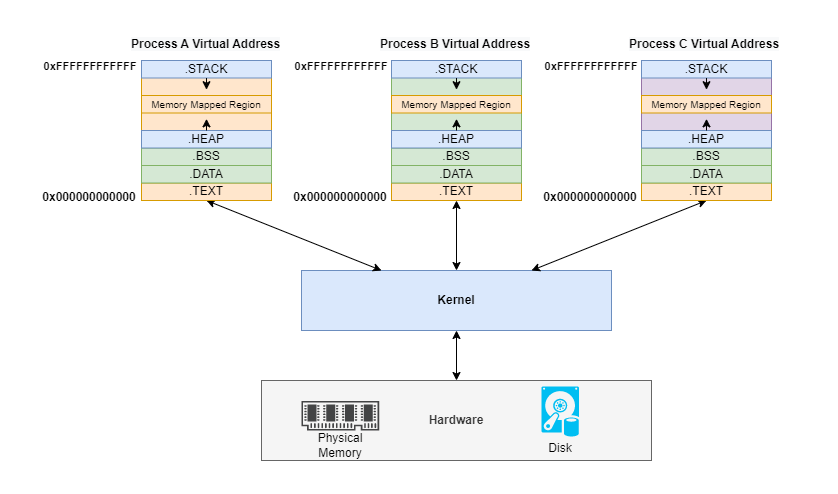
Earlier version of the draw.io export source/images/virtual-memory-technique.png (baoqger/chrisbao). Source tidied: cells renumbered, new cells last; positions are measured from the earlier drawing's top-left corner, leaving out a move shared by most shapes.
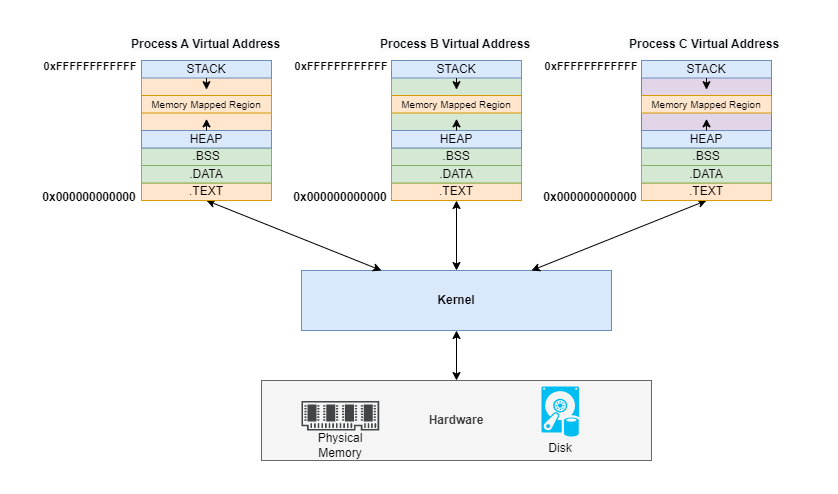
The same diagram one commit later.

The edit, as a diff of the source:
```diff
@@ -59,107 +59,98 @@
     <mxCell id="20" style="endArrow=classic;startArrow=classic;html=1;rounded=0;fontSize=11;exitX=0.5;exitY=0;exitDx=0;exitDy=0;entryX=0.5;entryY=1;entryDx=0;entryDy=0;" parent="1" edge="1" source="6" target="5">
       <mxGeometry relative="1" as="geometry" />
     </mxCell>
-    <mxCell id="21" style="group;" parent="1" vertex="1">
-      <mxGeometry x="111" y="30" width="130" height="140" as="geometry" />
+    <mxCell id="21" value="&lt;span style=&quot;color: rgb(0, 0, 0); font-family: Helvetica; font-size: 12px; font-style: normal; font-variant-ligatures: normal; font-variant-caps: normal; font-weight: 700; letter-spacing: normal; orphans: 2; text-align: center; text-indent: 0px; text-transform: none; widows: 2; word-spacing: 0px; -webkit-text-stroke-width: 0px; background-color: rgb(248, 249, 250); text-decoration-thickness: initial; text-decoration-style: initial; text-decoration-color: initial; float: none; display: inline !important;&quot;&gt;Process A Virtual Address&lt;/span&gt;" style="text;whiteSpace=wrap;html=1;fontSize=10;fontFamily=Helvetica;fontColor=default;" parent="1" vertex="1">
+      <mxGeometry x="99" width="180" height="40" as="geometry" />
     </mxCell>
-    <mxCell id="22" value=".TEXT" style="rounded=0;whiteSpace=wrap;html=1;fillColor=#ffe6cc;strokeColor=#d79b00;" parent="21" vertex="1">
-      <mxGeometry y="122.5" width="130" height="17.5" as="geometry" />
+    <mxCell id="22" value="&lt;span style=&quot;color: rgb(0, 0, 0); font-family: Helvetica; font-size: 12px; font-style: normal; font-variant-ligatures: normal; font-variant-caps: normal; font-weight: 700; letter-spacing: normal; orphans: 2; text-align: center; text-indent: 0px; text-transform: none; widows: 2; word-spacing: 0px; -webkit-text-stroke-width: 0px; background-color: rgb(248, 249, 250); text-decoration-thickness: initial; text-decoration-style: initial; text-decoration-color: initial; float: none; display: inline !important;&quot;&gt;Process B Virtual Address&lt;/span&gt;" style="text;whiteSpace=wrap;html=1;fontSize=10;fontFamily=Helvetica;fontColor=default;" parent="1" vertex="1">
+      <mxGeometry x="348" width="180" height="40" as="geometry" />
     </mxCell>
-    <mxCell id="23" value=".DATA" style="rounded=0;whiteSpace=wrap;html=1;fillColor=#d5e8d4;strokeColor=#82b366;" parent="21" vertex="1">
-      <mxGeometry y="105" width="130" height="17.5" as="geometry" />
+    <mxCell id="23" value="&lt;span style=&quot;color: rgb(0, 0, 0); font-family: Helvetica; font-size: 12px; font-style: normal; font-variant-ligatures: normal; font-variant-caps: normal; font-weight: 700; letter-spacing: normal; orphans: 2; text-align: center; text-indent: 0px; text-transform: none; widows: 2; word-spacing: 0px; -webkit-text-stroke-width: 0px; background-color: rgb(248, 249, 250); text-decoration-thickness: initial; text-decoration-style: initial; text-decoration-color: initial; float: none; display: inline !important;&quot;&gt;Process C Virtual Address&lt;/span&gt;" style="text;whiteSpace=wrap;html=1;fontSize=10;fontFamily=Helvetica;fontColor=default;" parent="1" vertex="1">
+      <mxGeometry x="597" width="180" height="40" as="geometry" />
     </mxCell>
-    <mxCell id="24" value=".BSS" style="rounded=0;whiteSpace=wrap;html=1;fillColor=#d5e8d4;strokeColor=#82b366;" parent="21" vertex="1">
-      <mxGeometry y="87.5" width="130" height="17.5" as="geometry" />
+    <mxCell id="24" value=".TEXT" style="rounded=0;whiteSpace=wrap;html=1;fillColor=#ffe6cc;strokeColor=#d79b00;" parent="1" vertex="1">
+      <mxGeometry x="111" y="152.5" width="130" height="17.5" as="geometry" />
     </mxCell>
-    <mxCell id="25" value=".HEAP" style="rounded=0;whiteSpace=wrap;html=1;fillColor=#dae8fc;strokeColor=#6c8ebf;" parent="21" vertex="1">
-      <mxGeometry y="70" width="130" height="17.5" as="geometry" />
+    <mxCell id="25" value=".DATA" style="rounded=0;whiteSpace=wrap;html=1;fillColor=#d5e8d4;strokeColor=#82b366;" parent="1" vertex="1">
+      <mxGeometry x="111" y="135" width="130" height="17.5" as="geometry" />
     </mxCell>
-    <mxCell id="26" value=".STACK" style="rounded=0;whiteSpace=wrap;html=1;fillColor=#dae8fc;strokeColor=#6c8ebf;" parent="21" vertex="1">
-      <mxGeometry width="130" height="17.5" as="geometry" />
+    <mxCell id="26" value=".BSS" style="rounded=0;whiteSpace=wrap;html=1;fillColor=#d5e8d4;strokeColor=#82b366;" parent="1" vertex="1">
+      <mxGeometry x="111" y="117.5" width="130" height="17.5" as="geometry" />
     </mxCell>
-    <mxCell id="27" value="Memory Mapped Region" style="rounded=0;whiteSpace=wrap;html=1;fillColor=#ffe6cc;strokeColor=#d79b00;fontSize=10;" parent="21" vertex="1">
-      <mxGeometry y="35" width="130" height="17.5" as="geometry" />
+    <mxCell id="27" value="HEAP" style="rounded=0;whiteSpace=wrap;html=1;fillColor=#dae8fc;strokeColor=#6c8ebf;" parent="1" vertex="1">
+      <mxGeometry x="111" y="100" width="130" height="17.5" as="geometry" />
     </mxCell>
-    <mxCell id="28" style="endArrow=classic;html=1;rounded=0;fontFamily=Helvetica;fontSize=12;fontColor=default;exitX=0.5;exitY=0;exitDx=0;exitDy=0;" parent="21" edge="1" source="25">
-      <mxGeometry relative="1" as="geometry">
-        <mxPoint x="65" y="58.3" as="targetPoint" />
-      </mxGeometry>
+    <mxCell id="28" value="STACK" style="rounded=0;whiteSpace=wrap;html=1;fillColor=#dae8fc;strokeColor=#6c8ebf;" parent="1" vertex="1">
+      <mxGeometry x="111" y="30" width="130" height="17.5" as="geometry" />
     </mxCell>
-    <mxCell id="29" style="endArrow=classic;html=1;rounded=0;fontFamily=Helvetica;fontSize=12;fontColor=default;exitX=0.5;exitY=1;exitDx=0;exitDy=0;entryX=0.5;entryY=0.345;entryDx=0;entryDy=0;entryPerimeter=0;" parent="21" edge="1" source="26">
-      <mxGeometry relative="1" as="geometry">
-        <mxPoint x="65" y="29.2" as="targetPoint" />
-      </mxGeometry>
+    <mxCell id="29" value="Memory Mapped Region" style="rounded=0;whiteSpace=wrap;html=1;fillColor=#ffe6cc;strokeColor=#d79b00;fontSize=10;" parent="1" vertex="1">
+      <mxGeometry x="111" y="65" width="130" height="17.5" as="geometry" />
     </mxCell>
-    <mxCell id="30" value="&lt;span style=&quot;color: rgb(0, 0, 0); font-family: Helvetica; font-size: 12px; font-style: normal; font-variant-ligatures: normal; font-variant-caps: normal; font-weight: 700; letter-spacing: normal; orphans: 2; text-align: center; text-indent: 0px; text-transform: none; widows: 2; word-spacing: 0px; -webkit-text-stroke-width: 0px; background-color: rgb(248, 249, 250); text-decoration-thickness: initial; text-decoration-style: initial; text-decoration-color: initial; float: none; display: inline !important;&quot;&gt;Process A Virtual Address&lt;/span&gt;" style="text;whiteSpace=wrap;html=1;fontSize=10;fontFamily=Helvetica;fontColor=default;" parent="1" vertex="1">
-      <mxGeometry x="99" width="180" height="40" as="geometry" />
+    <mxCell id="30" style="endArrow=classic;html=1;rounded=0;fontFamily=Helvetica;fontSize=12;fontColor=default;exitX=0.5;exitY=0;exitDx=0;exitDy=0;" parent="1" edge="1" source="27">
+      <mxGeometry relative="1" as="geometry">
+        <mxPoint x="176" y="88.3" as="targetPoint" />
+      </mxGeometry>
     </mxCell>
-    <mxCell id="31" value="&lt;span style=&quot;color: rgb(0, 0, 0); font-family: Helvetica; font-size: 12px; font-style: normal; font-variant-ligatures: normal; font-variant-caps: normal; font-weight: 700; letter-spacing: normal; orphans: 2; text-align: center; text-indent: 0px; text-transform: none; widows: 2; word-spacing: 0px; -webkit-text-stroke-width: 0px; background-color: rgb(248, 249, 250); text-decoration-thickness: initial; text-decoration-style: initial; text-decoration-color: initial; float: none; display: inline !important;&quot;&gt;Process B Virtual Address&lt;/span&gt;" style="text;whiteSpace=wrap;html=1;fontSize=10;fontFamily=Helvetica;fontColor=default;" parent="1" vertex="1">
-      <mxGeometry x="348" width="180" height="40" as="geometry" />
+    <mxCell id="31" style="endArrow=classic;html=1;rounded=0;fontFamily=Helvetica;fontSize=12;fontColor=default;exitX=0.5;exitY=1;exitDx=0;exitDy=0;entryX=0.5;entryY=0.345;entryDx=0;entryDy=0;entryPerimeter=0;" parent="1" edge="1" source="28">
+      <mxGeometry relative="1" as="geometry">
+        <mxPoint x="176" y="59.2" as="targetPoint" />
+      </mxGeometry>
     </mxCell>
-    <mxCell id="32" value="&lt;span style=&quot;color: rgb(0, 0, 0); font-family: Helvetica; font-size: 12px; font-style: normal; font-variant-ligatures: normal; font-variant-caps: normal; font-weight: 700; letter-spacing: normal; orphans: 2; text-align: center; text-indent: 0px; text-transform: none; widows: 2; word-spacing: 0px; -webkit-text-stroke-width: 0px; background-color: rgb(248, 249, 250); text-decoration-thickness: initial; text-decoration-style: initial; text-decoration-color: initial; float: none; display: inline !important;&quot;&gt;Process C Virtual Address&lt;/span&gt;" style="text;whiteSpace=wrap;html=1;fontSize=10;fontFamily=Helvetica;fontColor=default;" parent="1" vertex="1">
-      <mxGeometry x="597" width="180" height="40" as="geometry" />
+    <mxCell id="32" value=".TEXT" style="rounded=0;whiteSpace=wrap;html=1;fillColor=#ffe6cc;strokeColor=#d79b00;" parent="1" vertex="1">
+      <mxGeometry x="361" y="152.5" width="130" height="17.5" as="geometry" />
     </mxCell>
-    <mxCell id="33" style="group;" parent="1" vertex="1">
-      <mxGeometry x="361" y="30" width="130" height="140" as="geometry" />
+    <mxCell id="33" value=".DATA" style="rounded=0;whiteSpace=wrap;html=1;fillColor=#d5e8d4;strokeColor=#82b366;" parent="1" vertex="1">
+      <mxGeometry x="361" y="135" width="130" height="17.5" as="geometry" />
     </mxCell>
-    <mxCell id="34" value=".TEXT" style="rounded=0;whiteSpace=wrap;html=1;fillColor=#ffe6cc;strokeColor=#d79b00;" parent="33" vertex="1">
-      <mxGeometry y="122.5" width="130" height="17.5" as="geometry" />
+    <mxCell id="34" value=".BSS" style="rounded=0;whiteSpace=wrap;html=1;fillColor=#d5e8d4;strokeColor=#82b366;" parent="1" vertex="1">
+      <mxGeometry x="361" y="117.5" width="130" height="17.5" as="geometry" />
     </mxCell>
-    <mxCell id="35" value=".DATA" style="rounded=0;whiteSpace=wrap;html=1;fillColor=#d5e8d4;strokeColor=#82b366;" parent="33" vertex="1">
-      <mxGeometry y="105" width="130" height="17.5" as="geometry" />
+    <mxCell id="35" value="HEAP" style="rounded=0;whiteSpace=wrap;html=1;fillColor=#dae8fc;strokeColor=#6c8ebf;" parent="1" vertex="1">
+      <mxGeometry x="361" y="100" width="130" height="17.5" as="geometry" />
     </mxCell>
-    <mxCell id="36" value=".BSS" style="rounded=0;whiteSpace=wrap;html=1;fillColor=#d5e8d4;strokeColor=#82b366;" parent="33" vertex="1">
-      <mxGeometry y="87.5" width="130" height="17.5" as="geometry" />
+    <mxCell id="36" value="STACK" style="rounded=0;whiteSpace=wrap;html=1;fillColor=#dae8fc;strokeColor=#6c8ebf;" parent="1" vertex="1">
+      <mxGeometry x="361" y="30" width="130" height="17.5" as="geometry" />
     </mxCell>
-    <mxCell id="37" value=".HEAP" style="rounded=0;whiteSpace=wrap;html=1;fillColor=#dae8fc;strokeColor=#6c8ebf;" parent="33" vertex="1">
-      <mxGeometry y="70" width="130" height="17.5" as="geometry" />
+    <mxCell id="37" value="Memory Mapped Region" style="rounded=0;whiteSpace=wrap;html=1;fillColor=#ffe6cc;strokeColor=#d79b00;fontSize=10;" parent="1" vertex="1">
+      <mxGeometry x="361" y="65" width="130" height="17.5" as="geometry" />
     </mxCell>
-    <mxCell id="38" value=".STACK" style="rounded=0;whiteSpace=wrap;html=1;fillColor=#dae8fc;strokeColor=#6c8ebf;" parent="33" vertex="1">
-      <mxGeometry width="130" height="17.5" as="geometry" />
+    <mxCell id="38" style="endArrow=classic;html=1;rounded=0;fontFamily=Helvetica;fontSize=12;fontColor=default;exitX=0.5;exitY=0;exitDx=0;exitDy=0;" parent="1" edge="1" source="35">
+      <mxGeometry relative="1" as="geometry">
+        <mxPoint x="426" y="88.3" as="targetPoint" />
+      </mxGeometry>
     </mxCell>
-    <mxCell id="39" value="Memory Mapped Region" style="rounded=0;whiteSpace=wrap;html=1;fillColor=#ffe6cc;strokeColor=#d79b00;fontSize=10;" parent="33" vertex="1">
-      <mxGeometry y="35" width="130" height="17.5" as="geometry" />
+    <mxCell id="39" style="endArrow=classic;html=1;rounded=0;fontFamily=Helvetica;fontSize=12;fontColor=default;exitX=0.5;exitY=1;exitDx=0;exitDy=0;entryX=0.5;entryY=0.345;entryDx=0;entryDy=0;entryPerimeter=0;" parent="1" edge="1" source="36">
+      <mxGeometry relative="1" as="geometry">
+        <mxPoint x="426" y="59.2" as="targetPoint" />
+      </mxGeometry>
     </mxCell>
-    <mxCell id="40" style="endArrow=classic;html=1;rounded=0;fontFamily=Helvetica;fontSize=12;fontColor=default;exitX=0.5;exitY=0;exitDx=0;exitDy=0;" parent="33" edge="1" source="37">
-      <mxGeometry relative="1" as="geometry">
-        <mxPoint x="65" y="58.3" as="targetPoint" />
-      </mxGeometry>
+    <mxCell id="40" value=".TEXT" style="rounded=0;whiteSpace=wrap;html=1;fillColor=#ffe6cc;strokeColor=#d79b00;" parent="1" vertex="1">
+      <mxGeometry x="611" y="152.5" width="130" height="17.5" as="geometry" />
     </mxCell>
-    <mxCell id="41" style="endArrow=classic;html=1;rounded=0;fontFamily=Helvetica;fontSize=12;fontColor=default;exitX=0.5;exitY=1;exitDx=0;exitDy=0;entryX=0.5;entryY=0.345;entryDx=0;entryDy=0;entryPerimeter=0;" parent="33" edge="1" source="38">
-      <mxGeometry relative="1" as="geometry">
-        <mxPoint x="65" y="29.2" as="targetPoint" />
-      </mxGeometry>
+    <mxCell id="41" value=".DATA" style="rounded=0;whiteSpace=wrap;html=1;fillColor=#d5e8d4;strokeColor=#82b366;" parent="1" vertex="1">
+      <mxGeometry x="611" y="135" width="130" height="17.5" as="geometry" />
     </mxCell>
-    <mxCell id="42" style="group;" parent="1" vertex="1">
-      <mxGeometry x="611" y="30" width="130" height="140" as="geometry" />
+    <mxCell id="42" value=".BSS" style="rounded=0;whiteSpace=wrap;html=1;fillColor=#d5e8d4;strokeColor=#82b366;" parent="1" vertex="1">
+      <mxGeometry x="611" y="117.5" width="130" height="17.5" as="geometry" />
     </mxCell>
-    <mxCell id="43" value=".TEXT" style="rounded=0;whiteSpace=wrap;html=1;fillColor=#ffe6cc;strokeColor=#d79b00;" parent="42" vertex="1">
-      <mxGeometry y="122.5" width="130" height="17.5" as="geometry" />
+    <mxCell id="43" value="HEAP" style="rounded=0;whiteSpace=wrap;html=1;fillColor=#dae8fc;strokeColor=#6c8ebf;" parent="1" vertex="1">
+      <mxGeometry x="611" y="100" width="130" height="17.5" as="geometry" />
     </mxCell>
-    <mxCell id="44" value=".DATA" style="rounded=0;whiteSpace=wrap;html=1;fillColor=#d5e8d4;strokeColor=#82b366;" parent="42" vertex="1">
-      <mxGeometry y="105" width="130" height="17.5" as="geometry" />
+    <mxCell id="44" value="STACK" style="rounded=0;whiteSpace=wrap;html=1;fillColor=#dae8fc;strokeColor=#6c8ebf;" parent="1" vertex="1">
+      <mxGeometry x="611" y="30" width="130" height="17.5" as="geometry" />
     </mxCell>
-    <mxCell id="45" value=".BSS" style="rounded=0;whiteSpace=wrap;html=1;fillColor=#d5e8d4;strokeColor=#82b366;" parent="42" vertex="1">
-      <mxGeometry y="87.5" width="130" height="17.5" as="geometry" />
+    <mxCell id="45" value="Memory Mapped Region" style="rounded=0;whiteSpace=wrap;html=1;fillColor=#ffe6cc;strokeColor=#d79b00;fontSize=10;" parent="1" vertex="1">
+      <mxGeometry x="611" y="65" width="130" height="17.5" as="geometry" />
     </mxCell>
-    <mxCell id="46" value=".HEAP" style="rounded=0;whiteSpace=wrap;html=1;fillColor=#dae8fc;strokeColor=#6c8ebf;" parent="42" vertex="1">
-      <mxGeometry y="70" width="130" height="17.5" as="geometry" />
+    <mxCell id="46" style="endArrow=classic;html=1;rounded=0;fontFamily=Helvetica;fontSize=12;fontColor=default;exitX=0.5;exitY=0;exitDx=0;exitDy=0;" parent="1" edge="1" source="43">
+      <mxGeometry relative="1" as="geometry">
+        <mxPoint x="676" y="88.3" as="targetPoint" />
+      </mxGeometry>
     </mxCell>
-    <mxCell id="47" value=".STACK" style="rounded=0;whiteSpace=wrap;html=1;fillColor=#dae8fc;strokeColor=#6c8ebf;" parent="42" vertex="1">
-      <mxGeometry width="130" height="17.5" as="geometry" />
+    <mxCell id="47" style="endArrow=classic;html=1;rounded=0;fontFamily=Helvetica;fontSize=12;fontColor=default;exitX=0.5;exitY=1;exitDx=0;exitDy=0;entryX=0.5;entryY=0.345;entryDx=0;entryDy=0;entryPerimeter=0;" parent="1" edge="1" source="44">
+      <mxGeometry relative="1" as="geometry">
+        <mxPoint x="676" y="59.2" as="targetPoint" />
+      </mxGeometry>
     </mxCell>
-    <mxCell id="48" value="Memory Mapped Region" style="rounded=0;whiteSpace=wrap;html=1;fillColor=#ffe6cc;strokeColor=#d79b00;fontSize=10;" parent="42" vertex="1">
-      <mxGeometry y="35" width="130" height="17.5" as="geometry" />
-    </mxCell>
-    <mxCell id="49" style="endArrow=classic;html=1;rounded=0;fontFamily=Helvetica;fontSize=12;fontColor=default;exitX=0.5;exitY=0;exitDx=0;exitDy=0;" parent="42" edge="1" source="46">
-      <mxGeometry relative="1" as="geometry">
-        <mxPoint x="65" y="58.3" as="targetPoint" />
-      </mxGeometry>
-    </mxCell>
-    <mxCell id="50" style="endArrow=classic;html=1;rounded=0;fontFamily=Helvetica;fontSize=12;fontColor=default;exitX=0.5;exitY=1;exitDx=0;exitDy=0;entryX=0.5;entryY=0.345;entryDx=0;entryDy=0;entryPerimeter=0;" parent="42" edge="1" source="47">
-      <mxGeometry relative="1" as="geometry">
-        <mxPoint x="65" y="29.2" as="targetPoint" />
-      </mxGeometry>
-    </mxCell>
   </root>
 </mxGraphModel>
```
